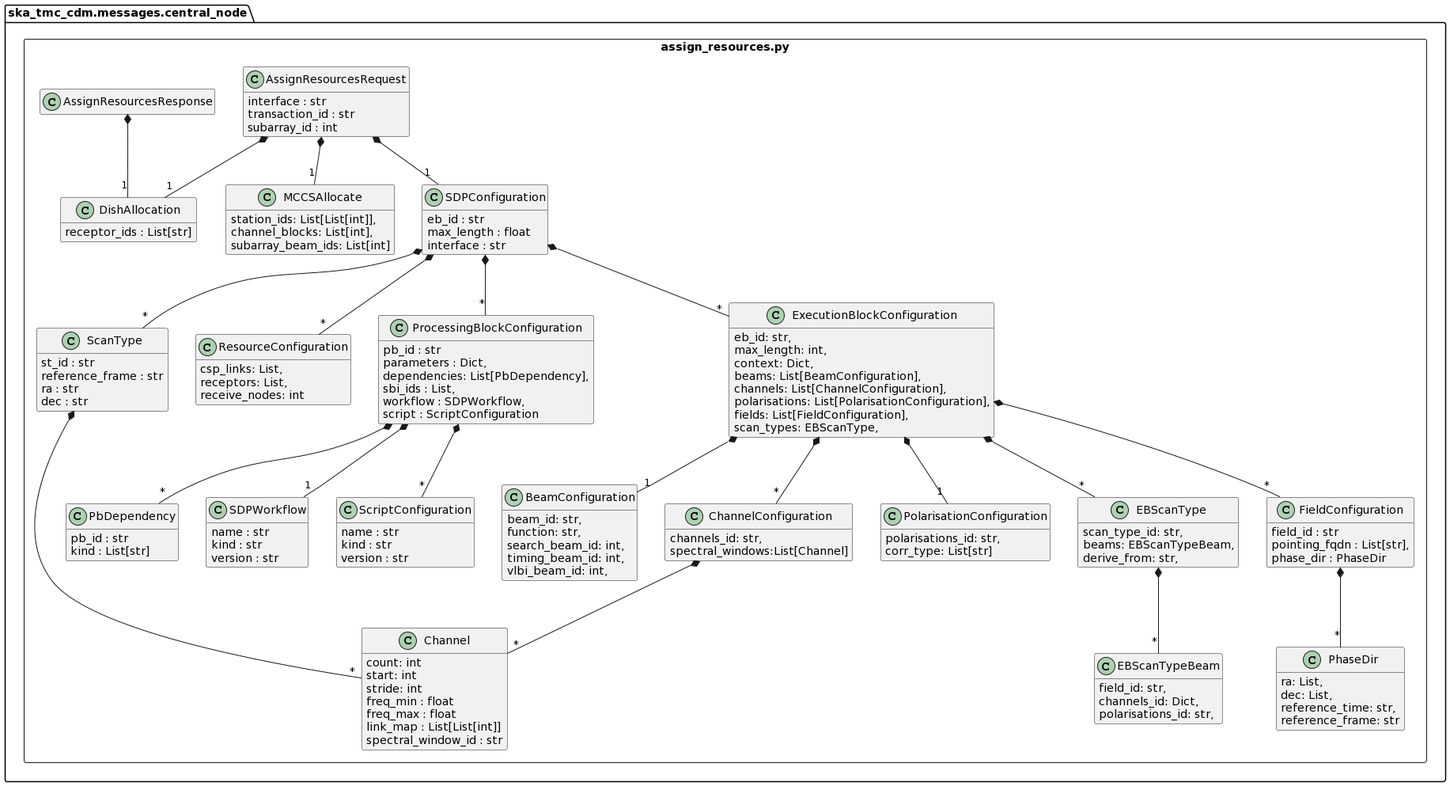
ska-telescope/cdm-shared-library keeps this PlantUML diagram as docs/src/developer/centralnode/assignresources.png. Above is the earlier version.
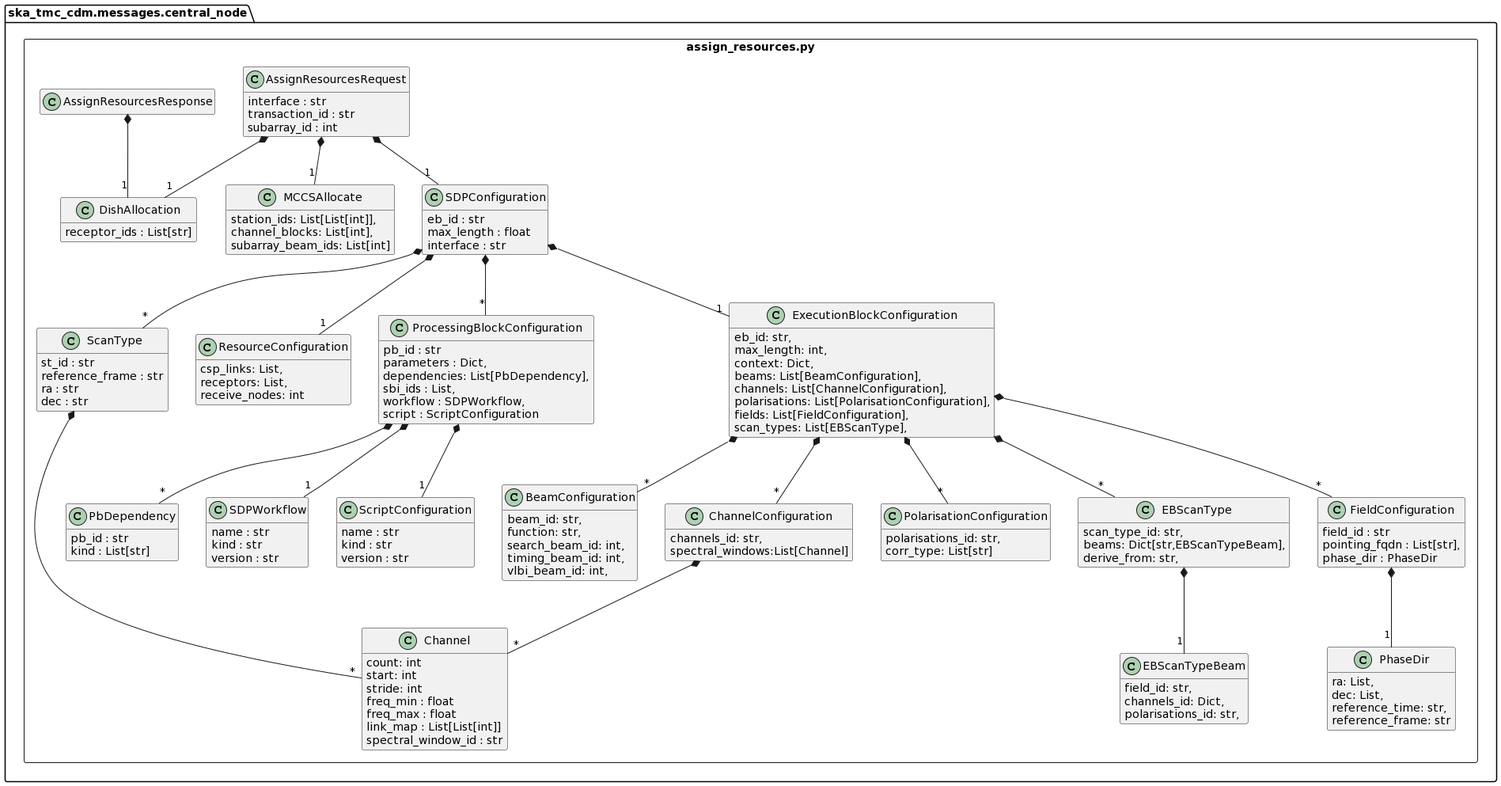
The same file after the commit.

Commit message:
NAK-111 update the diagram with correct relationship

Diff of the diagram source:
```diff
@@ -71,10 +71,10 @@
         }
         class EBScanType {
             scan_type_id: str,
-            beams: EBScanTypeBeam,
+            beams: Dict[str,EBScanTypeBeam],
             derive_from: str,
         }
-        EBScanType  *-- "*" EBScanTypeBeam
+        EBScanType  *-- "1" EBScanTypeBeam
 
         class FieldConfiguration {
             field_id : str
@@ -82,7 +82,7 @@
             phase_dir : PhaseDir
         }
 
-        FieldConfiguration  *-- "*" PhaseDir
+        FieldConfiguration  *-- "1" PhaseDir
 
         class SDPWorkflow {
             name : str
@@ -106,7 +106,7 @@
         }
         ProcessingBlockConfiguration  *-- "1" SDPWorkflow
         ProcessingBlockConfiguration  *-- "*" PbDependency
-        ProcessingBlockConfiguration  *-- "*" ScriptConfiguration
+        ProcessingBlockConfiguration  *-- "1" ScriptConfiguration
 
         class ExecutionBlockConfiguration {
             eb_id: str,
@@ -116,12 +116,12 @@
             channels: List[ChannelConfiguration],
             polarisations: List[PolarisationConfiguration],
             fields: List[FieldConfiguration],
-            scan_types: EBScanType,
+            scan_types: List[EBScanType],
         }
 
-        ExecutionBlockConfiguration  *-- "1" BeamConfiguration
+        ExecutionBlockConfiguration  *-- "*" BeamConfiguration
         ExecutionBlockConfiguration  *-- "*" ChannelConfiguration
-        ExecutionBlockConfiguration  *-- "1" PolarisationConfiguration
+        ExecutionBlockConfiguration  *-- "*" PolarisationConfiguration
         ExecutionBlockConfiguration  *-- "*" FieldConfiguration
         ExecutionBlockConfiguration  *-- "*" EBScanType
 
@@ -133,8 +133,8 @@
         }
         SDPConfiguration *-- "*" ScanType
         SDPConfiguration *-- "*" ProcessingBlockConfiguration
-        SDPConfiguration *-- "*" ExecutionBlockConfiguration
-        SDPConfiguration *-- "*" ResourceConfiguration
+        SDPConfiguration *-- "1" ExecutionBlockConfiguration
+        SDPConfiguration *-- "1" ResourceConfiguration
 
         class AssignResourcesRequest {
             interface : str
```
